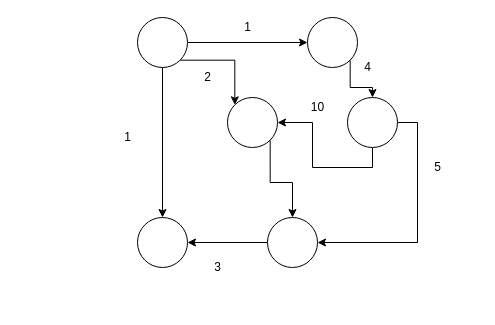
Above: Arbol.drawio in Luchit0-afk/Diagramas (draw.io), before the change. Source tidied: cells renumbered, new cells numbered last; positions are measured from the earlier drawing's top-left corner, leaving out a move shared by most shapes. Both pictures are drawn from the tidied source at 100%, with x=0, y=0 at pixel (117, 17).
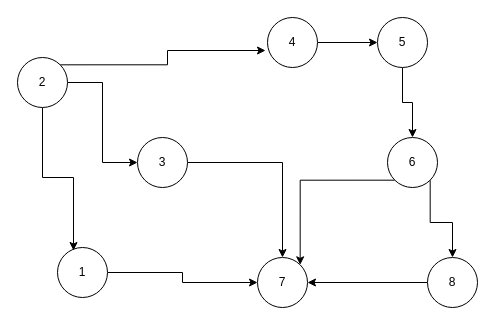
The same page after the edit.

Diff of the diagram source:
```diff
@@
-    <mxCell id="2" style="edgeStyle=orthogonalEdgeStyle;rounded=0;jettySize=auto;html=1;exitX=1;exitY=1;exitDx=0;exitDy=0;entryX=0.5;entryY=0;entryDx=0;entryDy=0;" parent="1" edge="1" source="3" target="8">
-      <mxGeometry relative="1" as="geometry" />
-    </mxCell>
-    <mxCell id="3" style="ellipse;whiteSpace=wrap;html=1;" parent="1" vertex="1">
-      <mxGeometry x="110" y="80" width="50" height="50" as="geometry" />
-    </mxCell>
-    <mxCell id="4" style="edgeStyle=orthogonalEdgeStyle;rounded=0;jettySize=auto;html=1;exitX=0.5;exitY=1;exitDx=0;exitDy=0;entryX=1;entryY=0.5;entryDx=0;entryDy=0;" parent="1" edge="1" source="6" target="3">
-      <mxGeometry relative="1" as="geometry" />
-    </mxCell>
-    <mxCell id="5" style="edgeStyle=orthogonalEdgeStyle;rounded=0;jettySize=auto;html=1;exitX=1;exitY=0.5;exitDx=0;exitDy=0;entryX=1;entryY=0.5;entryDx=0;entryDy=0;" parent="1" edge="1" source="6" target="8">
-      <mxGeometry relative="1" as="geometry" />
-    </mxCell>
-    <mxCell id="6" style="ellipse;whiteSpace=wrap;html=1;" parent="1" vertex="1">
-      <mxGeometry x="230" y="80" width="50" height="50" as="geometry" />
-    </mxCell>
-    <mxCell id="7" style="edgeStyle=orthogonalEdgeStyle;rounded=0;jettySize=auto;html=1;exitX=0;exitY=0.5;exitDx=0;exitDy=0;entryX=1;entryY=0.5;entryDx=0;entryDy=0;" parent="1" edge="1" source="8" target="15">
-      <mxGeometry relative="1" as="geometry" />
-    </mxCell>
-    <mxCell id="8" style="ellipse;whiteSpace=wrap;html=1;" parent="1" vertex="1">
-      <mxGeometry x="150" y="200" width="50" height="50" as="geometry" />
-    </mxCell>
-    <mxCell id="9" style="edgeStyle=orthogonalEdgeStyle;rounded=0;jettySize=auto;html=1;exitX=1;exitY=1;exitDx=0;exitDy=0;" parent="1" edge="1" source="10" target="6">
-      <mxGeometry relative="1" as="geometry" />
-    </mxCell>
-    <mxCell id="10" style="ellipse;whiteSpace=wrap;html=1;" parent="1" vertex="1">
-      <mxGeometry x="190" width="50" height="50" as="geometry" />
-    </mxCell>
-    <mxCell id="11" style="edgeStyle=orthogonalEdgeStyle;rounded=0;jettySize=auto;html=1;exitX=0.5;exitY=1;exitDx=0;exitDy=0;entryX=0.5;entryY=0;entryDx=0;entryDy=0;" parent="1" edge="1" source="14" target="15">
-      <mxGeometry relative="1" as="geometry" />
-    </mxCell>
-    <mxCell id="12" style="edgeStyle=orthogonalEdgeStyle;rounded=0;jettySize=auto;html=1;exitX=1;exitY=1;exitDx=0;exitDy=0;entryX=0;entryY=0;entryDx=0;entryDy=0;" parent="1" edge="1" source="14" target="3">
-      <mxGeometry relative="1" as="geometry" />
-    </mxCell>
-    <mxCell id="13" style="edgeStyle=orthogonalEdgeStyle;rounded=0;jettySize=auto;html=1;exitX=1;exitY=0.5;exitDx=0;exitDy=0;" parent="1" edge="1" source="14" target="10">
-      <mxGeometry relative="1" as="geometry" />
-    </mxCell>
-    <mxCell id="14" style="ellipse;whiteSpace=wrap;html=1;" parent="1" vertex="1">
-      <mxGeometry x="20" width="50" height="50" as="geometry" />
-    </mxCell>
-    <mxCell id="15" style="ellipse;whiteSpace=wrap;html=1;" parent="1" vertex="1">
-      <mxGeometry x="20" y="200" width="50" height="50" as="geometry" />
-    </mxCell>
-    <mxCell id="16" value="1" style="text;html=1;align=center;verticalAlign=middle;strokeColor=none;" parent="1" vertex="1">
-      <mxGeometry y="110" width="20" height="20" as="geometry" />
-    </mxCell>
-    <mxCell id="17" value="1" style="text;html=1;align=center;verticalAlign=middle;strokeColor=none;" parent="1" vertex="1">
-      <mxGeometry x="120" width="20" height="20" as="geometry" />
-    </mxCell>
+    <mxCell id="23" style="edgeStyle=orthogonalEdgeStyle;rounded=0;jettySize=auto;html=1;exitX=1;exitY=0.5;exitDx=0;exitDy=0;entryX=0;entryY=0.5;entryDx=0;entryDy=0;" parent="1" edge="1" source="20" target="22">
+      <mxGeometry relative="1" as="geometry" />
+    </mxCell>
+    <mxCell id="20" value="4" style="ellipse;whiteSpace=wrap;html=1;" parent="1" vertex="1">
+      <mxGeometry x="150" width="50" height="50" as="geometry" />
+    </mxCell>
+    <mxCell id="24" style="edgeStyle=orthogonalEdgeStyle;rounded=0;jettySize=auto;html=1;exitX=0;exitY=1;exitDx=0;exitDy=0;entryX=1;entryY=0;entryDx=0;entryDy=0;" parent="1" edge="1" source="26" target="28">
+      <mxGeometry relative="1" as="geometry" />
+    </mxCell>
+    <mxCell id="25" style="edgeStyle=orthogonalEdgeStyle;rounded=0;jettySize=auto;html=1;exitX=1;exitY=1;exitDx=0;exitDy=0;" parent="1" edge="1" source="26" target="36">
+      <mxGeometry relative="1" as="geometry" />
+    </mxCell>
+    <mxCell id="26" value="6" style="ellipse;whiteSpace=wrap;html=1;" parent="1" vertex="1">
+      <mxGeometry x="270" y="120" width="50" height="50" as="geometry" />
+    </mxCell>
+    <mxCell id="27" style="edgeStyle=orthogonalEdgeStyle;rounded=0;jettySize=auto;html=1;exitX=1;exitY=0.5;exitDx=0;exitDy=0;" parent="1" edge="1" source="21" target="28">
+      <mxGeometry relative="1" as="geometry" />
+    </mxCell>
+    <mxCell id="21" value="3" style="ellipse;whiteSpace=wrap;html=1;" parent="1" vertex="1">
+      <mxGeometry x="20" y="120" width="50" height="50" as="geometry" />
+    </mxCell>
+    <mxCell id="28" value="7" style="ellipse;whiteSpace=wrap;html=1;" parent="1" vertex="1">
+      <mxGeometry x="140" y="240" width="50" height="50" as="geometry" />
+    </mxCell>
+    <mxCell id="29" style="edgeStyle=orthogonalEdgeStyle;rounded=0;jettySize=auto;html=1;exitX=1;exitY=0.5;exitDx=0;exitDy=0;" parent="1" edge="1" source="30" target="28">
+      <mxGeometry relative="1" as="geometry" />
+    </mxCell>
+    <mxCell id="30" value="1" style="ellipse;whiteSpace=wrap;html=1;" parent="1" vertex="1">
+      <mxGeometry x="-60" y="230" width="50" height="50" as="geometry" />
+    </mxCell>
+    <mxCell id="31" style="edgeStyle=orthogonalEdgeStyle;rounded=0;jettySize=auto;html=1;exitX=0.5;exitY=1;exitDx=0;exitDy=0;entryX=0.5;entryY=0;entryDx=0;entryDy=0;" parent="1" edge="1" source="22" target="26">
+      <mxGeometry relative="1" as="geometry" />
+    </mxCell>
+    <mxCell id="22" value="5" style="ellipse;whiteSpace=wrap;html=1;" parent="1" vertex="1">
+      <mxGeometry x="260" width="50" height="50" as="geometry" />
+    </mxCell>
+    <mxCell id="32" style="edgeStyle=orthogonalEdgeStyle;rounded=0;jettySize=auto;html=1;exitX=0.5;exitY=1;exitDx=0;exitDy=0;entryX=0.32;entryY=0.06;entryDx=0;entryDy=0;entryPerimeter=0;" parent="1" edge="1" source="18" target="30">
+      <mxGeometry relative="1" as="geometry" />
+    </mxCell>
+    <mxCell id="33" style="edgeStyle=orthogonalEdgeStyle;rounded=0;jettySize=auto;html=1;exitX=1;exitY=0.5;exitDx=0;exitDy=0;entryX=0;entryY=0.5;entryDx=0;entryDy=0;" parent="1" edge="1" source="18" target="21">
+      <mxGeometry relative="1" as="geometry" />
+    </mxCell>
+    <mxCell id="34" style="edgeStyle=orthogonalEdgeStyle;rounded=0;jettySize=auto;html=1;exitX=1;exitY=0;exitDx=0;exitDy=0;entryX=-0.04;entryY=0.66;entryDx=0;entryDy=0;entryPerimeter=0;" parent="1" edge="1" source="18" target="20">
+      <mxGeometry relative="1" as="geometry" />
+    </mxCell>
-    <mxCell id="18" value="2" style="text;html=1;align=center;verticalAlign=middle;points=[];strokeColor=none;" parent="1" vertex="1">
-      <mxGeometry x="80" y="50" width="20" height="20" as="geometry" />
+    <mxCell id="18" value="2" style="ellipse;whiteSpace=wrap;html=1;" parent="1" vertex="1">
+      <mxGeometry x="-100" y="40" width="50" height="50" as="geometry" />
     </mxCell>
-    <mxCell id="19" value="10" style="text;html=1;align=center;verticalAlign=middle;strokeColor=none;" parent="1" vertex="1">
-      <mxGeometry x="185" y="80" width="30" height="20" as="geometry" />
-    </mxCell>
-    <mxCell id="20" value="4" style="text;html=1;align=center;verticalAlign=middle;points=[];strokeColor=none;" parent="1" vertex="1">
-      <mxGeometry x="240" y="40" width="20" height="20" as="geometry" />
-    </mxCell>
-    <mxCell id="21" value="3" style="text;html=1;align=center;verticalAlign=middle;points=[];strokeColor=none;" parent="1" vertex="1">
-      <mxGeometry x="90" y="240" width="20" height="20" as="geometry" />
-    </mxCell>
-    <mxCell id="22" value="5" style="text;html=1;align=center;verticalAlign=middle;points=[];strokeColor=none;" parent="1" vertex="1">
-      <mxGeometry x="310" y="140" width="20" height="20" as="geometry" />
-    </mxCell>
+    <mxCell id="35" style="edgeStyle=orthogonalEdgeStyle;rounded=0;jettySize=auto;html=1;exitX=0;exitY=0.5;exitDx=0;exitDy=0;entryX=1;entryY=0.5;entryDx=0;entryDy=0;" parent="1" edge="1" source="36" target="28">
+      <mxGeometry relative="1" as="geometry" />
+    </mxCell>
+    <mxCell id="36" value="8" style="ellipse;whiteSpace=wrap;html=1;" parent="1" vertex="1">
+      <mxGeometry x="310" y="240" width="50" height="50" as="geometry" />
+    </mxCell>
```
